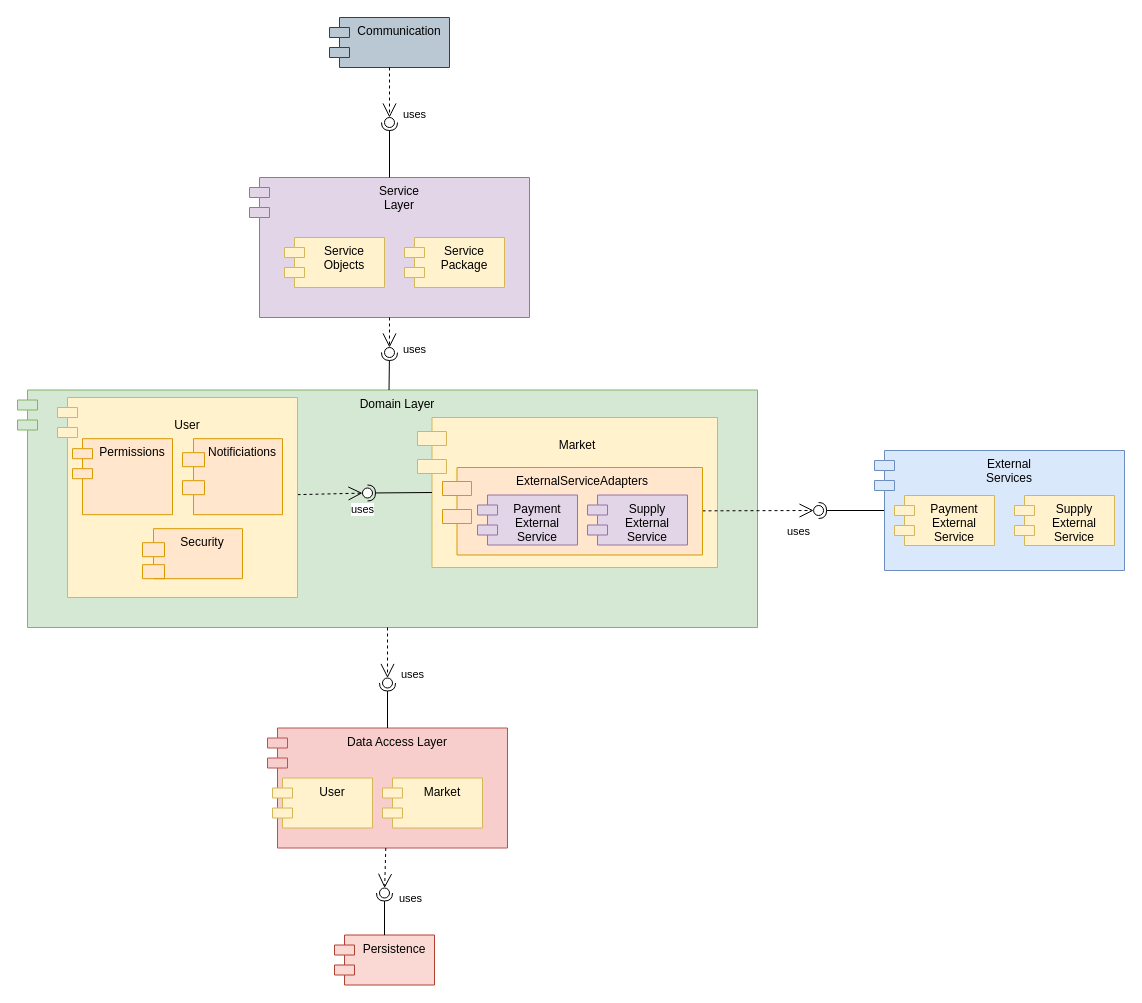
Earlier version of the draw.io diagram page "Component Diagram" (2 of 3) of Workshop.drawio (itaitzruia4/Workshop). Source tidied: cells renumbered, new cells numbered last; positions are measured from the earlier drawing's top-left corner, leaving out a move shared by most shapes. Both pictures are drawn from the tidied source at 100%, with x=0, y=0 at pixel (17, 17).
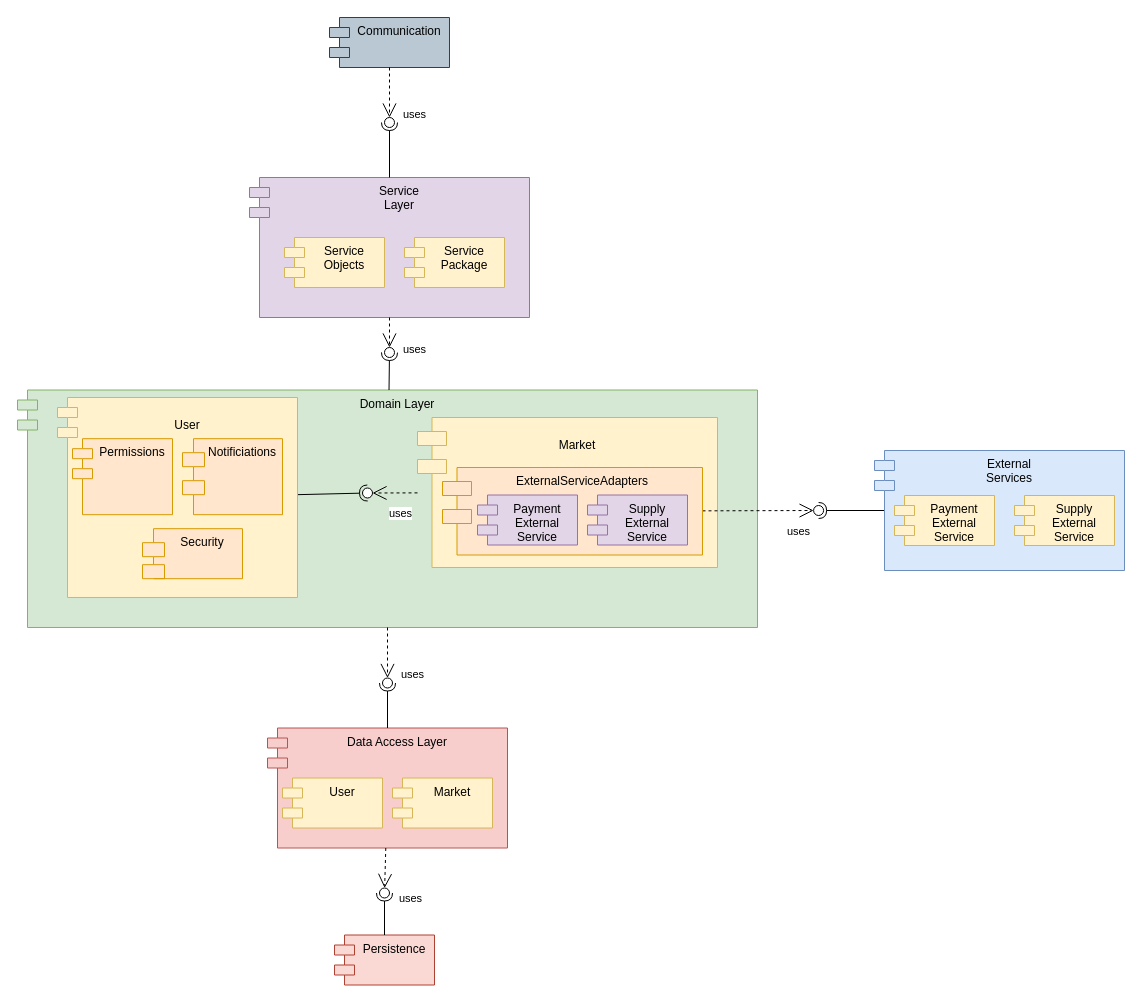
The same diagram, later.

The change refers to these unchanged cells:
```xml
<mxCell id="4" value="&#10;Market" style="shape=module;align=left;spacingLeft=20;align=center;verticalAlign=top;fillColor=#fff2cc;strokeColor=#d6b656;jettyWidth=29;jettyHeight=14;" parent="1" vertex="1">
  <mxGeometry x="400" y="400" width="300" height="150" as="geometry" />
</mxCell>
<mxCell id="33" style="ellipse;whiteSpace=wrap;html=1;align=center;points=[];outlineConnect=0;sketch=0;" parent="1" vertex="1">
  <mxGeometry x="345" y="470.5" width="10" height="10" as="geometry" />
</mxCell>
<mxCell id="44" value="&#10;User" style="shape=module;align=left;spacingLeft=20;align=center;verticalAlign=top;fillColor=#fff2cc;strokeColor=#d6b656;" parent="1" vertex="1">
  <mxGeometry x="40" y="380" width="240" height="200" as="geometry" />
</mxCell>
```

Diff of the diagram source:
```diff
@@
     <mxCell id="11" value="Market" style="shape=module;align=left;spacingLeft=20;align=center;verticalAlign=top;fillColor=#fff2cc;strokeColor=#d6b656;" parent="1" vertex="1">
-      <mxGeometry x="365" y="760.5" width="100" height="50" as="geometry" />
+      <mxGeometry x="375" y="760.5" width="100" height="50" as="geometry" />
     </mxCell>
     <mxCell id="12" value="User" style="shape=module;align=left;spacingLeft=20;align=center;verticalAlign=top;fillColor=#fff2cc;strokeColor=#d6b656;" parent="1" vertex="1">
-      <mxGeometry x="255" y="760.5" width="100" height="50" as="geometry" />
+      <mxGeometry x="265" y="760.5" width="100" height="50" as="geometry" />
     </mxCell>
@@
-    <mxCell id="32" style="rounded=0;jettySize=auto;html=1;endArrow=halfCircle;endFill=0;entryX=0.5;entryY=0.5;endSize=6;strokeWidth=1;sketch=0;exitX=0;exitY=0.5;exitDx=14.5;exitDy=0;exitPerimeter=0;" parent="1" edge="1" source="4" target="33">
+    <mxCell id="32" style="rounded=0;jettySize=auto;html=1;endArrow=halfCircle;endFill=0;entryX=0.5;entryY=0.5;endSize=6;strokeWidth=1;sketch=0;" parent="1" edge="1" source="44" target="33">
       <mxGeometry relative="1" as="geometry" />
     </mxCell>
@@
-    <mxCell id="34" style="endArrow=open;endSize=12;dashed=1;html=1;rounded=0;" parent="1" edge="1" source="44" target="33">
+    <mxCell id="34" style="endArrow=open;endSize=12;dashed=1;html=1;rounded=0;" parent="1" edge="1" source="4" target="33">
       <mxGeometry x="0.47" y="-72" relative="1" as="geometry" />
     </mxCell>
```
